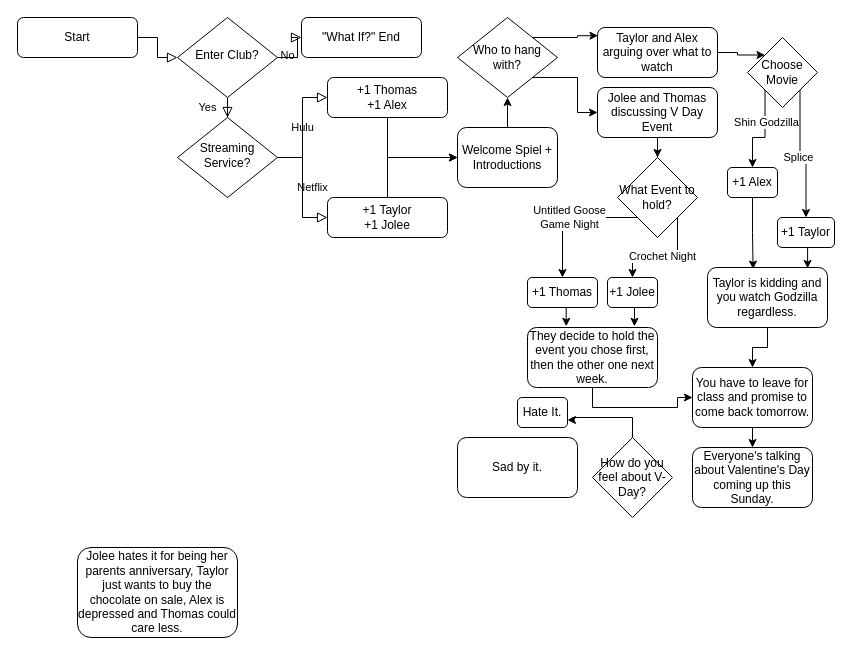
The draw.io diagram UnluckyValentine.drawio in misstify/sf4m, before the edit. Source tidied: cells renumbered, new cells numbered last; positions are measured from the earlier drawing's top-left corner, leaving out a move shared by most shapes. Both pictures are drawn from the tidied source at 100%, with x=0, y=0 at pixel (17, 17).
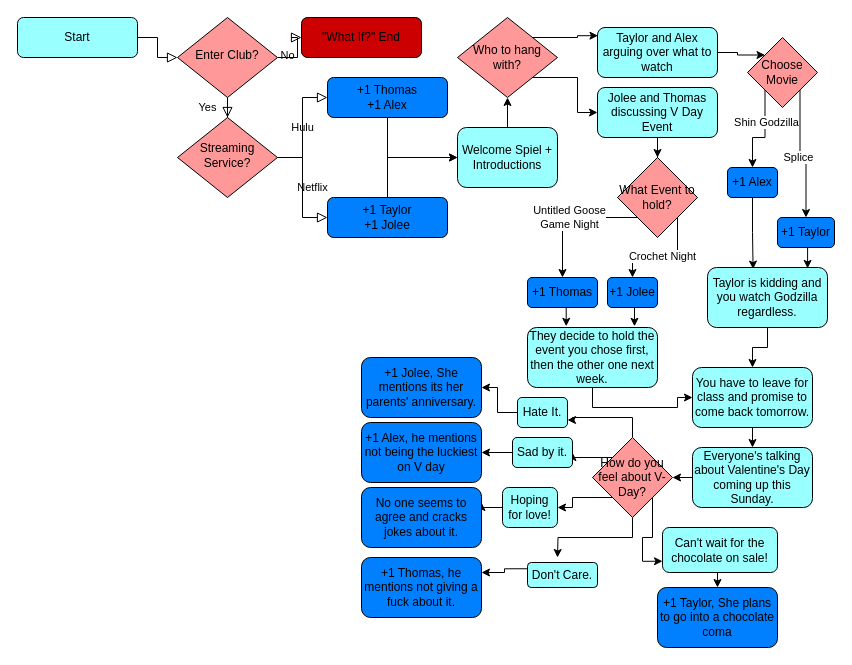
Above is the later version.

Commit message:
Color Coding Added!

Change to the diagram source:
```diff
@@
-    <mxCell id="3" value="Start" style="rounded=1;whiteSpace=wrap;html=1;fontSize=12;glass=0;strokeWidth=1;shadow=0;" parent="1" vertex="1">
+    <mxCell id="3" value="Start" style="rounded=1;whiteSpace=wrap;html=1;fontSize=12;glass=0;strokeWidth=1;shadow=0;fillColor=#99FFFF;" parent="1" vertex="1">
       <mxGeometry width="120" height="40" as="geometry" />
     </mxCell>
@@
-    <mxCell id="6" value="Enter Club?" style="rhombus;whiteSpace=wrap;html=1;shadow=0;fontFamily=Helvetica;fontSize=12;align=center;strokeWidth=1;spacing=6;spacingTop=-4;" parent="1" vertex="1">
+    <mxCell id="6" value="Enter Club?" style="rhombus;whiteSpace=wrap;html=1;shadow=0;fontFamily=Helvetica;fontSize=12;align=center;strokeWidth=1;spacing=6;spacingTop=-4;fillColor=#FF9999;" parent="1" vertex="1">
       <mxGeometry x="160" width="100" height="80" as="geometry" />
     </mxCell>
-    <mxCell id="7" value="&quot;What If?&quot; End" style="rounded=1;whiteSpace=wrap;html=1;fontSize=12;glass=0;strokeWidth=1;shadow=0;" parent="1" vertex="1">
+    <mxCell id="7" value="&quot;What If?&quot; End" style="rounded=1;whiteSpace=wrap;html=1;fontSize=12;glass=0;strokeWidth=1;shadow=0;fillColor=#CC0000;" parent="1" vertex="1">
       <mxGeometry x="284" width="120" height="40" as="geometry" />
     </mxCell>
@@
-    <mxCell id="10" value="Streaming Service?" style="rhombus;whiteSpace=wrap;html=1;shadow=0;fontFamily=Helvetica;fontSize=12;align=center;strokeWidth=1;spacing=6;spacingTop=-4;" parent="1" vertex="1">
+    <mxCell id="10" value="Streaming Service?" style="rhombus;whiteSpace=wrap;html=1;shadow=0;fontFamily=Helvetica;fontSize=12;align=center;strokeWidth=1;spacing=6;spacingTop=-4;fillColor=#FF9999;" parent="1" vertex="1">
       <mxGeometry x="160" y="100" width="100" height="80" as="geometry" />
     </mxCell>
@@
-    <mxCell id="12" value="+1 Thomas&lt;br&gt;+1 Alex" style="rounded=1;whiteSpace=wrap;html=1;fontSize=12;glass=0;strokeWidth=1;shadow=0;" parent="1" vertex="1">
+    <mxCell id="12" value="+1 Thomas&lt;br&gt;+1 Alex" style="rounded=1;whiteSpace=wrap;html=1;fontSize=12;glass=0;strokeWidth=1;shadow=0;fillColor=#007FFF;" parent="1" vertex="1">
       <mxGeometry x="310" y="60" width="120" height="40" as="geometry" />
     </mxCell>
@@
-    <mxCell id="14" value="+1 Taylor &lt;br&gt;+1 Jolee" style="rounded=1;whiteSpace=wrap;html=1;fontSize=12;glass=0;strokeWidth=1;shadow=0;" parent="1" vertex="1">
+    <mxCell id="14" value="+1 Taylor &lt;br&gt;+1 Jolee" style="rounded=1;whiteSpace=wrap;html=1;fontSize=12;glass=0;strokeWidth=1;shadow=0;fillColor=#007FFF;" parent="1" vertex="1">
       <mxGeometry x="310" y="180" width="120" height="40" as="geometry" />
     </mxCell>
@@
-    <mxCell id="16" value="Welcome Spiel + Introductions" style="rounded=1;whiteSpace=wrap;html=1;" parent="1" vertex="1">
+    <mxCell id="16" value="Welcome Spiel + Introductions" style="rounded=1;whiteSpace=wrap;html=1;fillColor=#99FFFF;" parent="1" vertex="1">
       <mxGeometry x="440" y="110" width="100" height="60" as="geometry" />
     </mxCell>
@@
-    <mxCell id="19" value="Who to hang with?" style="rhombus;whiteSpace=wrap;html=1;" parent="1" vertex="1">
+    <mxCell id="19" value="Who to hang with?" style="rhombus;whiteSpace=wrap;html=1;fillColor=#FF9999;" parent="1" vertex="1">
       <mxGeometry x="440" width="100" height="80" as="geometry" />
     </mxCell>
@@
-    <mxCell id="21" value="Taylor and Alex arguing over what to watch" style="rounded=1;whiteSpace=wrap;html=1;" parent="1" vertex="1">
+    <mxCell id="21" value="Taylor and Alex arguing over what to watch" style="rounded=1;whiteSpace=wrap;html=1;fillColor=#99FFFF;" parent="1" vertex="1">
       <mxGeometry x="580" y="10" width="120" height="50" as="geometry" />
     </mxCell>
@@
-    <mxCell id="23" value="Jolee and Thomas discussing V Day Event" style="rounded=1;whiteSpace=wrap;html=1;" parent="1" vertex="1">
+    <mxCell id="23" value="Jolee and Thomas discussing V Day Event" style="rounded=1;whiteSpace=wrap;html=1;fillColor=#99FFFF;" parent="1" vertex="1">
       <mxGeometry x="580" y="70" width="120" height="50" as="geometry" />
     </mxCell>
@@
-    <mxCell id="28" value="Choose Movie" style="rhombus;whiteSpace=wrap;html=1;" parent="1" vertex="1">
+    <mxCell id="28" value="Choose Movie" style="rhombus;whiteSpace=wrap;html=1;fillColor=#FF9999;" parent="1" vertex="1">
       <mxGeometry x="730" y="20" width="70" height="70" as="geometry" />
     </mxCell>
@@
-    <mxCell id="30" value="+1 Taylor" style="rounded=1;whiteSpace=wrap;html=1;" parent="1" vertex="1">
+    <mxCell id="30" value="+1 Taylor" style="rounded=1;whiteSpace=wrap;html=1;fillColor=#007FFF;" parent="1" vertex="1">
       <mxGeometry x="760" y="200" width="57" height="30" as="geometry" />
     </mxCell>
@@
-    <mxCell id="32" value="+1 Alex" style="rounded=1;whiteSpace=wrap;html=1;" parent="1" vertex="1">
+    <mxCell id="32" value="+1 Alex" style="rounded=1;whiteSpace=wrap;html=1;fillColor=#007FFF;" parent="1" vertex="1">
       <mxGeometry x="710" y="150" width="50" height="30" as="geometry" />
     </mxCell>
@@
-    <mxCell id="36" value="What Event to hold?" style="rhombus;whiteSpace=wrap;html=1;" parent="1" vertex="1">
+    <mxCell id="36" value="What Event to hold?" style="rhombus;whiteSpace=wrap;html=1;fillColor=#FF9999;" parent="1" vertex="1">
       <mxGeometry x="600" y="140" width="80" height="80" as="geometry" />
     </mxCell>
@@
-    <mxCell id="38" value="+1 Thomas" style="rounded=1;whiteSpace=wrap;html=1;" parent="1" vertex="1">
+    <mxCell id="38" value="+1 Thomas" style="rounded=1;whiteSpace=wrap;html=1;fillColor=#007FFF;" parent="1" vertex="1">
       <mxGeometry x="510" y="260" width="70" height="30" as="geometry" />
     </mxCell>
@@
-    <mxCell id="40" value="+1 Jolee" style="rounded=1;whiteSpace=wrap;html=1;" parent="1" vertex="1">
+    <mxCell id="40" value="+1 Jolee" style="rounded=1;whiteSpace=wrap;html=1;fillColor=#007FFF;" parent="1" vertex="1">
       <mxGeometry x="590" y="260" width="50" height="30" as="geometry" />
     </mxCell>
@@
-    <mxCell id="42" value="Taylor is kidding and you watch Godzilla regardless." style="rounded=1;whiteSpace=wrap;html=1;" parent="1" vertex="1">
+    <mxCell id="42" value="Taylor is kidding and you watch Godzilla regardless." style="rounded=1;whiteSpace=wrap;html=1;fillColor=#99FFFF;" parent="1" vertex="1">
       <mxGeometry x="690" y="250" width="120" height="60" as="geometry" />
     </mxCell>
@@
-    <mxCell id="44" value="They decide to hold the event you chose first, then the other one next week." style="rounded=1;whiteSpace=wrap;html=1;" parent="1" vertex="1">
+    <mxCell id="44" value="They decide to hold the event you chose first, then the other one next week." style="rounded=1;whiteSpace=wrap;html=1;fillColor=#99FFFF;" parent="1" vertex="1">
       <mxGeometry x="510" y="310" width="130" height="60" as="geometry" />
     </mxCell>
@@
-    <mxCell id="46" value="You have to leave for class and promise to come back tomorrow." style="rounded=1;whiteSpace=wrap;html=1;" parent="1" vertex="1">
+    <mxCell id="46" value="You have to leave for class and promise to come back tomorrow." style="rounded=1;whiteSpace=wrap;html=1;fillColor=#99FFFF;" parent="1" vertex="1">
       <mxGeometry x="675" y="350" width="120" height="60" as="geometry" />
     </mxCell>
+    <mxCell id="53" style="edgeStyle=orthogonalEdgeStyle;rounded=0;jettySize=auto;html=1;exitX=0;exitY=0.5;exitDx=0;exitDy=0;entryX=1;entryY=0.5;entryDx=0;entryDy=0;" parent="1" edge="1" source="47" target="51">
+      <mxGeometry relative="1" as="geometry" />
+    </mxCell>
-    <mxCell id="47" value="Everyone's talking about Valentine's Day coming up this Sunday." style="rounded=1;whiteSpace=wrap;html=1;" parent="1" vertex="1">
+    <mxCell id="47" value="Everyone's talking about Valentine's Day coming up this Sunday." style="rounded=1;whiteSpace=wrap;html=1;fillColor=#99FFFF;" parent="1" vertex="1">
       <mxGeometry x="675" y="430" width="120" height="60" as="geometry" />
     </mxCell>
-    <mxCell id="48" value="Jolee hates it for being her parents anniversary, Taylor just wants to buy the chocolate on sale, Alex is depressed and Thomas could care less." style="rounded=1;whiteSpace=wrap;html=1;" parent="1" vertex="1">
-      <mxGeometry x="60" y="530" width="160" height="90" as="geometry" />
-    </mxCell>
+    <mxCell id="54" style="edgeStyle=orthogonalEdgeStyle;rounded=0;jettySize=auto;html=1;exitX=0;exitY=0.5;exitDx=0;exitDy=0;entryX=1;entryY=0.5;entryDx=0;entryDy=0;" parent="1" edge="1" source="49" target="66">
+      <mxGeometry relative="1" as="geometry" />
+    </mxCell>
-    <mxCell id="49" value="Hate It." style="rounded=1;whiteSpace=wrap;html=1;" parent="1" vertex="1">
+    <mxCell id="49" value="Hate It." style="rounded=1;whiteSpace=wrap;html=1;fillColor=#99FFFF;" parent="1" vertex="1">
       <mxGeometry x="500" y="380" width="50" height="30" as="geometry" />
     </mxCell>
@@
+    <mxCell id="55" style="edgeStyle=orthogonalEdgeStyle;rounded=0;jettySize=auto;html=1;exitX=0;exitY=0;exitDx=0;exitDy=0;entryX=1;entryY=0.5;entryDx=0;entryDy=0;" parent="1" edge="1" source="51" target="52">
+      <mxGeometry relative="1" as="geometry" />
+    </mxCell>
+    <mxCell id="56" style="edgeStyle=orthogonalEdgeStyle;rounded=0;jettySize=auto;html=1;exitX=0;exitY=1;exitDx=0;exitDy=0;entryX=1;entryY=0.5;entryDx=0;entryDy=0;" parent="1" edge="1" source="51" target="63">
+      <mxGeometry relative="1" as="geometry" />
+    </mxCell>
+    <mxCell id="57" style="edgeStyle=orthogonalEdgeStyle;rounded=0;jettySize=auto;html=1;exitX=0.5;exitY=1;exitDx=0;exitDy=0;" parent="1" edge="1" source="51">
+      <mxGeometry relative="1" as="geometry">
+        <mxPoint x="540" y="540" as="targetPoint" />
+      </mxGeometry>
+    </mxCell>
+    <mxCell id="58" style="edgeStyle=orthogonalEdgeStyle;rounded=0;jettySize=auto;html=1;exitX=1;exitY=1;exitDx=0;exitDy=0;entryX=0;entryY=0.75;entryDx=0;entryDy=0;" parent="1" edge="1" source="51" target="61">
+      <mxGeometry relative="1" as="geometry" />
+    </mxCell>
-    <mxCell id="51" value="How do you feel about V-Day?" style="rhombus;whiteSpace=wrap;html=1;" parent="1" vertex="1">
+    <mxCell id="51" value="How do you feel about V-Day?" style="rhombus;whiteSpace=wrap;html=1;fillColor=#FF9999;" parent="1" vertex="1">
       <mxGeometry x="575" y="420" width="80" height="80" as="geometry" />
     </mxCell>
+    <mxCell id="59" style="edgeStyle=orthogonalEdgeStyle;rounded=0;jettySize=auto;html=1;exitX=0;exitY=0.5;exitDx=0;exitDy=0;entryX=1;entryY=0.5;entryDx=0;entryDy=0;" parent="1" edge="1" source="52" target="67">
+      <mxGeometry relative="1" as="geometry" />
+    </mxCell>
-    <mxCell id="52" value="Sad by it." style="rounded=1;whiteSpace=wrap;html=1;" parent="1" vertex="1">
-      <mxGeometry x="440" y="420" width="120" height="60" as="geometry" />
+    <mxCell id="52" value="Sad by it." style="rounded=1;whiteSpace=wrap;html=1;fillColor=#99FFFF;" parent="1" vertex="1">
+      <mxGeometry x="495" y="420" width="60" height="30" as="geometry" />
     </mxCell>
+    <mxCell id="60" style="edgeStyle=orthogonalEdgeStyle;rounded=0;jettySize=auto;html=1;exitX=0.5;exitY=1;exitDx=0;exitDy=0;entryX=0.5;entryY=0;entryDx=0;entryDy=0;" parent="1" edge="1" source="61" target="70">
+      <mxGeometry relative="1" as="geometry" />
+    </mxCell>
+    <mxCell id="61" value="Can't wait for the chocolate on sale!" style="rounded=1;whiteSpace=wrap;html=1;fillColor=#99FFFF;" parent="1" vertex="1">
+      <mxGeometry x="645" y="510" width="115" height="45" as="geometry" />
+    </mxCell>
+    <mxCell id="62" style="edgeStyle=orthogonalEdgeStyle;rounded=0;jettySize=auto;html=1;exitX=0;exitY=0.5;exitDx=0;exitDy=0;entryX=1;entryY=0.25;entryDx=0;entryDy=0;" parent="1" edge="1" source="63" target="68">
+      <mxGeometry relative="1" as="geometry" />
+    </mxCell>
+    <mxCell id="63" value="Hoping for love!" style="rounded=1;whiteSpace=wrap;html=1;fillColor=#99FFFF;" parent="1" vertex="1">
+      <mxGeometry x="485" y="470" width="55" height="40" as="geometry" />
+    </mxCell>
+    <mxCell id="64" style="edgeStyle=orthogonalEdgeStyle;rounded=0;jettySize=auto;html=1;exitX=1;exitY=0.75;exitDx=0;exitDy=0;entryX=1;entryY=0.25;entryDx=0;entryDy=0;" parent="1" edge="1" source="65" target="69">
+      <mxGeometry relative="1" as="geometry" />
+    </mxCell>
+    <mxCell id="65" value="Don't Care." style="rounded=1;whiteSpace=wrap;html=1;direction=west;fillColor=#99FFFF;" parent="1" vertex="1">
+      <mxGeometry x="510" y="545" width="70" height="25" as="geometry" />
+    </mxCell>
+    <mxCell id="66" value="+1 Jolee, She mentions its her parents' anniversary." style="rounded=1;whiteSpace=wrap;html=1;fillColor=#007FFF;" parent="1" vertex="1">
+      <mxGeometry x="344" y="340" width="120" height="60" as="geometry" />
+    </mxCell>
+    <mxCell id="67" value="+1 Alex, he mentions not being the luckiest on V day" style="rounded=1;whiteSpace=wrap;html=1;fillColor=#007FFF;" parent="1" vertex="1">
+      <mxGeometry x="344" y="405" width="120" height="60" as="geometry" />
+    </mxCell>
+    <mxCell id="68" value="No one seems to agree and cracks jokes about it." style="rounded=1;whiteSpace=wrap;html=1;fillColor=#007FFF;" parent="1" vertex="1">
+      <mxGeometry x="344" y="470" width="120" height="60" as="geometry" />
+    </mxCell>
+    <mxCell id="69" value="+1 Thomas, he mentions not giving a fuck about it." style="rounded=1;whiteSpace=wrap;html=1;fillColor=#007FFF;" parent="1" vertex="1">
+      <mxGeometry x="344" y="540" width="120" height="60" as="geometry" />
+    </mxCell>
+    <mxCell id="70" value="+1 Taylor, She plans to go into a chocolate coma" style="rounded=1;whiteSpace=wrap;html=1;fillColor=#007FFF;" parent="1" vertex="1">
+      <mxGeometry x="640" y="570" width="120" height="60" as="geometry" />
+    </mxCell>
```
